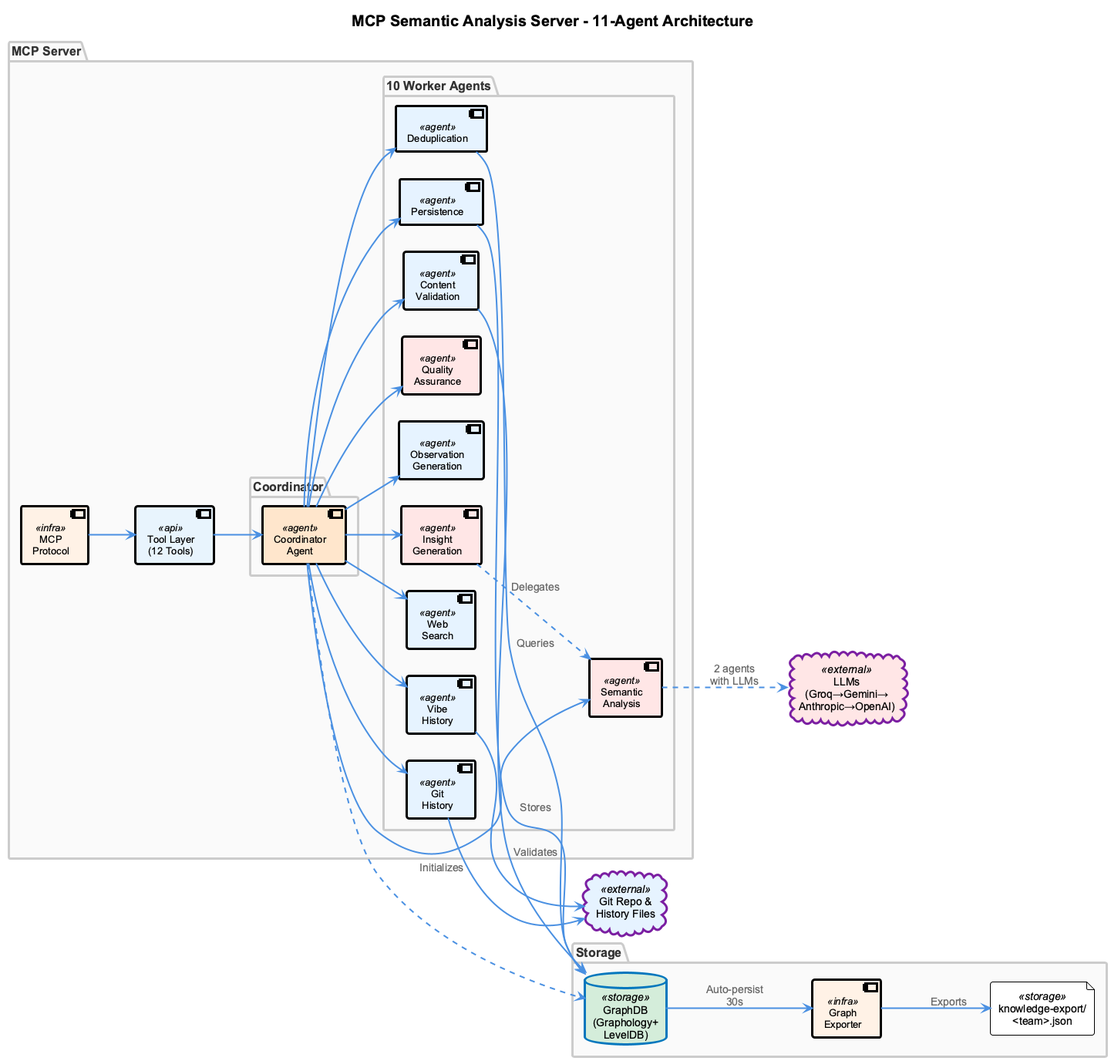
Earlier version of the PlantUML export docs/presentation/images/mcp-server-architecture.png (fwornle/coding).
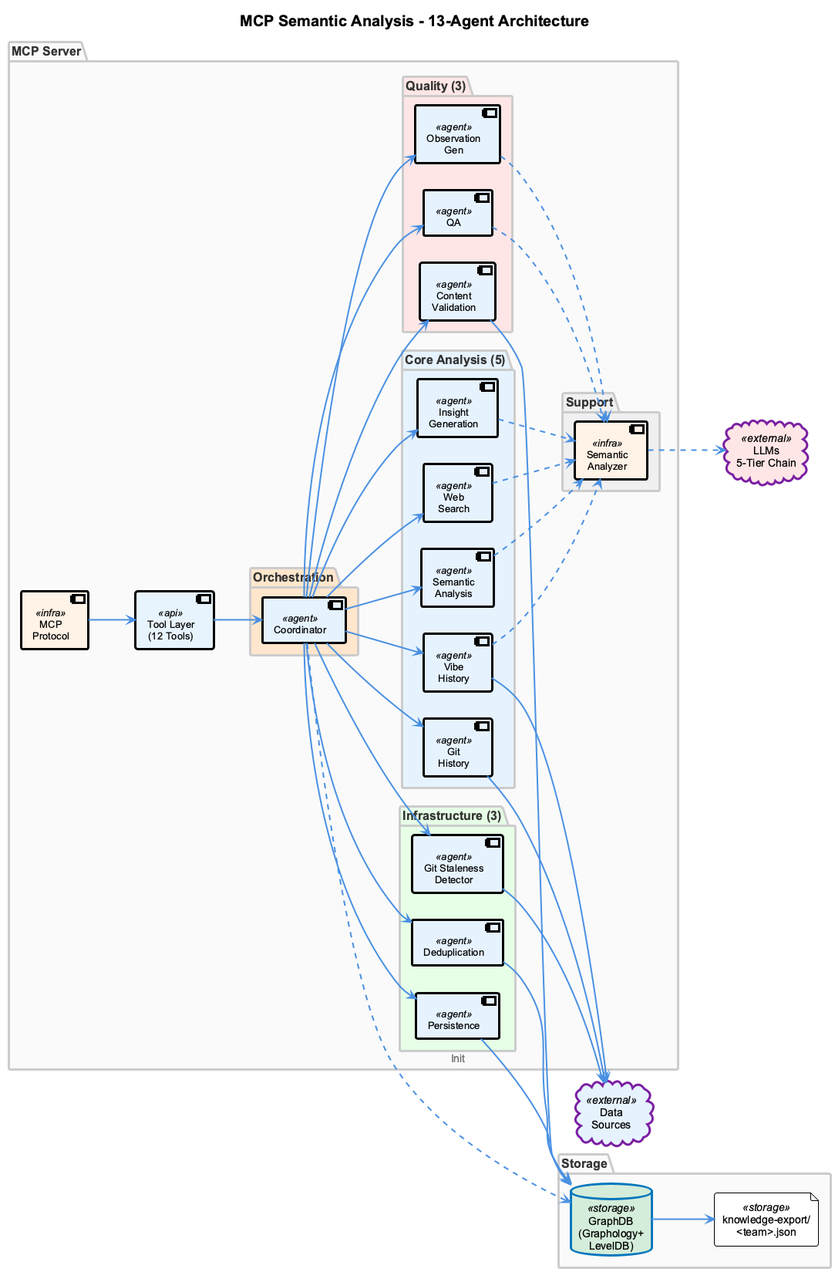
The same file after the commit.

Change to the diagram source:
```diff
@@ -6,10 +6,9 @@
 skinparam titleFontSize 20
 skinparam packageFontSize 16
 skinparam componentFontSize 13
-skinparam noteFontSize 11
 skinparam ArrowThickness 2
 
-title MCP Semantic Analysis Server - 11-Agent Architecture
+title MCP Semantic Analysis - 13-Agent Architecture
 
 left to right direction
 
@@ -17,32 +16,42 @@
   component "MCP\nProtocol" as MCP <<infra>>
   component "Tool Layer\n(12 Tools)" as TOOLS <<api>>
 
-  package "Coordinator" as COORD_PKG {
-    component "Coordinator\nAgent" as COORDINATOR <<agent>> #FFE6CC
+  package "Orchestration" as COORD_PKG #FFE6CC {
+    component "Coordinator" as COORDINATOR <<agent>>
   }
 
-  package "10 Worker Agents" as AGENTS_PKG {
-    component "Git\nHistory" as GIT <<agent>> #E6F3FF
-    component "Vibe\nHistory" as VIBE <<agent>> #E6F3FF
-    component "Semantic\nAnalysis" as SEMANTIC <<agent>> #FFE6E6
-    component "Web\nSearch" as WEB <<agent>> #E6F3FF
-    component "Insight\nGeneration" as INSIGHT <<agent>> #FFE6E6
-    component "Observation\nGeneration" as OBS <<agent>> #E6F3FF
-    component "Quality\nAssurance" as QA <<agent>> #FFE6E6
-    component "Content\nValidation" as CONTENT <<agent>> #E6F3FF
-    component "Persistence" as PERSIST <<agent>> #E6F3FF
-    component "Deduplication" as DEDUP <<agent>> #E6F3FF
+  package "Core Analysis (5)" as ANALYSIS_PKG #E6F3FF {
+    component "Git\nHistory" as GIT <<agent>>
+    component "Vibe\nHistory" as VIBE <<agent>>
+    component "Semantic\nAnalysis" as SEMANTIC <<agent>>
+    component "Web\nSearch" as WEB <<agent>>
+    component "Insight\nGeneration" as INSIGHT <<agent>>
+  }
+
+  package "Quality (3)" as QUALITY_PKG #FFE6E6 {
+    component "QA" as QA <<agent>>
+    component "Content\nValidation" as CONTENT <<agent>>
+    component "Observation\nGen" as OBS <<agent>>
+  }
+
+  package "Infrastructure (3)" as INFRA_PKG #E6FFE6 {
+    component "Persistence" as PERSIST <<agent>>
+    component "Deduplication" as DEDUP <<agent>>
+    component "Git Staleness\nDetector" as STALE <<agent>>
+  }
+
+  package "Support" as SUPPORT_PKG #F0F0F0 {
+    component "Semantic\nAnalyzer" as ANALYZER <<infra>>
   }
 }
 
 package "Storage" as STORAGE_PKG {
   database "GraphDB\n(Graphology+\nLevelDB)" as GRAPHDB <<storage>> #D4EDDA
-  component "Graph\nExporter" as EXPORTER <<infra>>
   file "knowledge-export/\n<team>.json" as JSON <<storage>>
 }
 
-cloud "LLMs\n(Groq→Gemini→\nAnthropic→OpenAI)" as LLMS <<external>> #FFE6E6
-cloud "Git Repo &\nHistory Files" as DATA_SOURCES <<external>> #E6F3FF
+cloud "LLMs\n5-Tier Chain" as LLMS <<external>> #FFE6E6
+cloud "Data\nSources" as DATA_SOURCES <<external>> #E6F3FF
 
 MCP --> TOOLS
 TOOLS --> COORDINATOR
@@ -53,20 +62,27 @@
 COORDINATOR --> INSIGHT
 COORDINATOR --> OBS
 COORDINATOR --> QA
+COORDINATOR --> CONTENT
 COORDINATOR --> PERSIST
-COORDINATOR --> CONTENT
 COORDINATOR --> DEDUP
+COORDINATOR --> STALE
+COORDINATOR ..> GRAPHDB : "Init"
 
-COORDINATOR ..> GRAPHDB : "Initializes"
-PERSIST --> GRAPHDB : "Stores"
-DEDUP --> GRAPHDB : "Queries"
-CONTENT --> GRAPHDB : "Validates"
-GRAPHDB --> EXPORTER : "Auto-persist\n30s"
-EXPORTER --> JSON : "Exports"
+VIBE ..> ANALYZER
+SEMANTIC ..> ANALYZER
+WEB ..> ANALYZER
+INSIGHT ..> ANALYZER
+OBS ..> ANALYZER
+QA ..> ANALYZER
+ANALYZER ..> LLMS
+
+PERSIST --> GRAPHDB
+DEDUP --> GRAPHDB
+CONTENT --> GRAPHDB
+GRAPHDB --> JSON
 
 GIT --> DATA_SOURCES
 VIBE --> DATA_SOURCES
-SEMANTIC ..> LLMS : "2 agents\nwith LLMs"
-INSIGHT ..> SEMANTIC : "Delegates"
+STALE --> DATA_SOURCES
 
 @enduml
```
